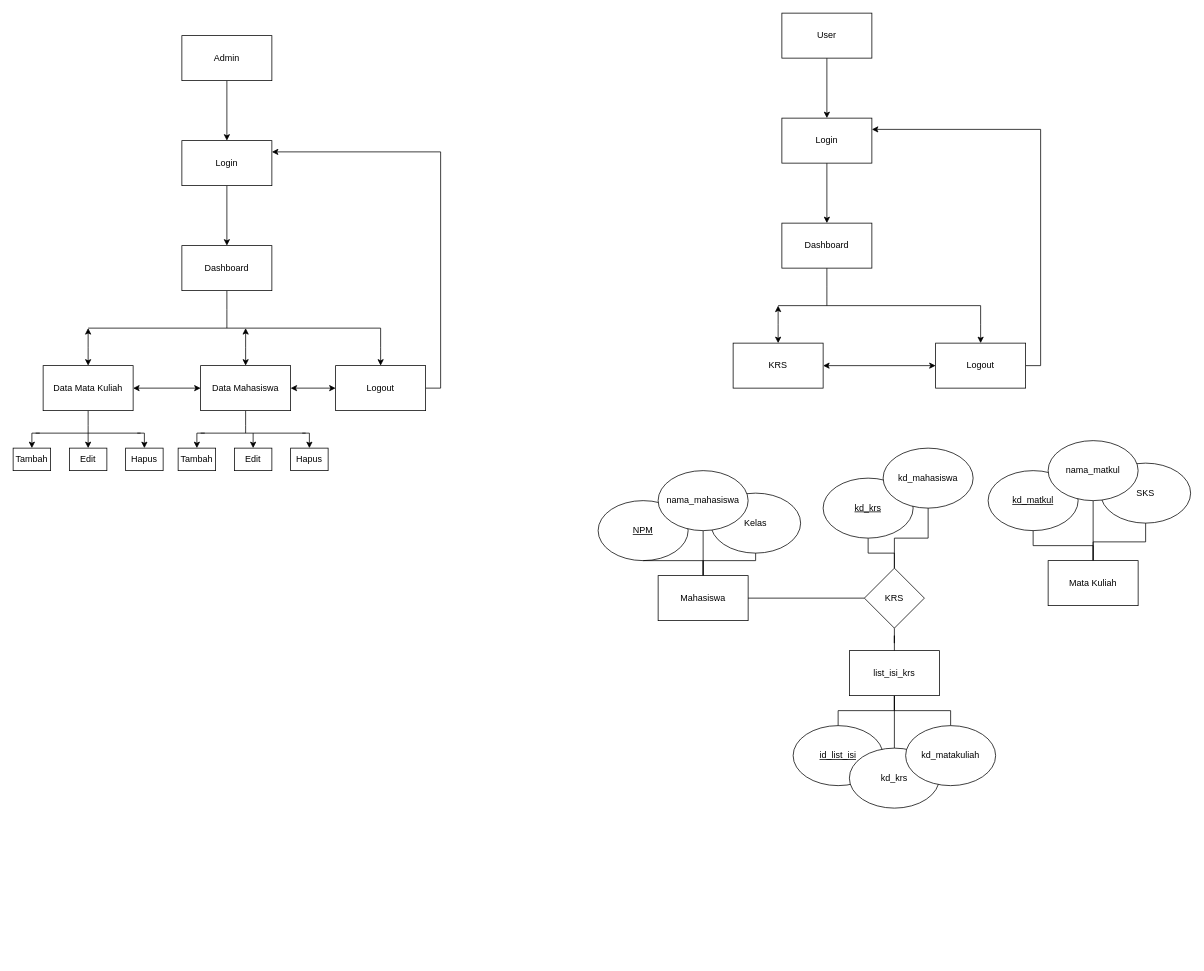
riconusap/riconusap.github.io keeps this draw.io diagram as SN_User Dan Admin New.drawio. Above is the earlier version. Source tidied: cells renumbered, new cells numbered last; positions are measured from the earlier drawing's top-left corner, leaving out a move shared by most shapes. Both pictures are drawn from the tidied source at 75%, with x=0, y=0 at pixel (13, 13).
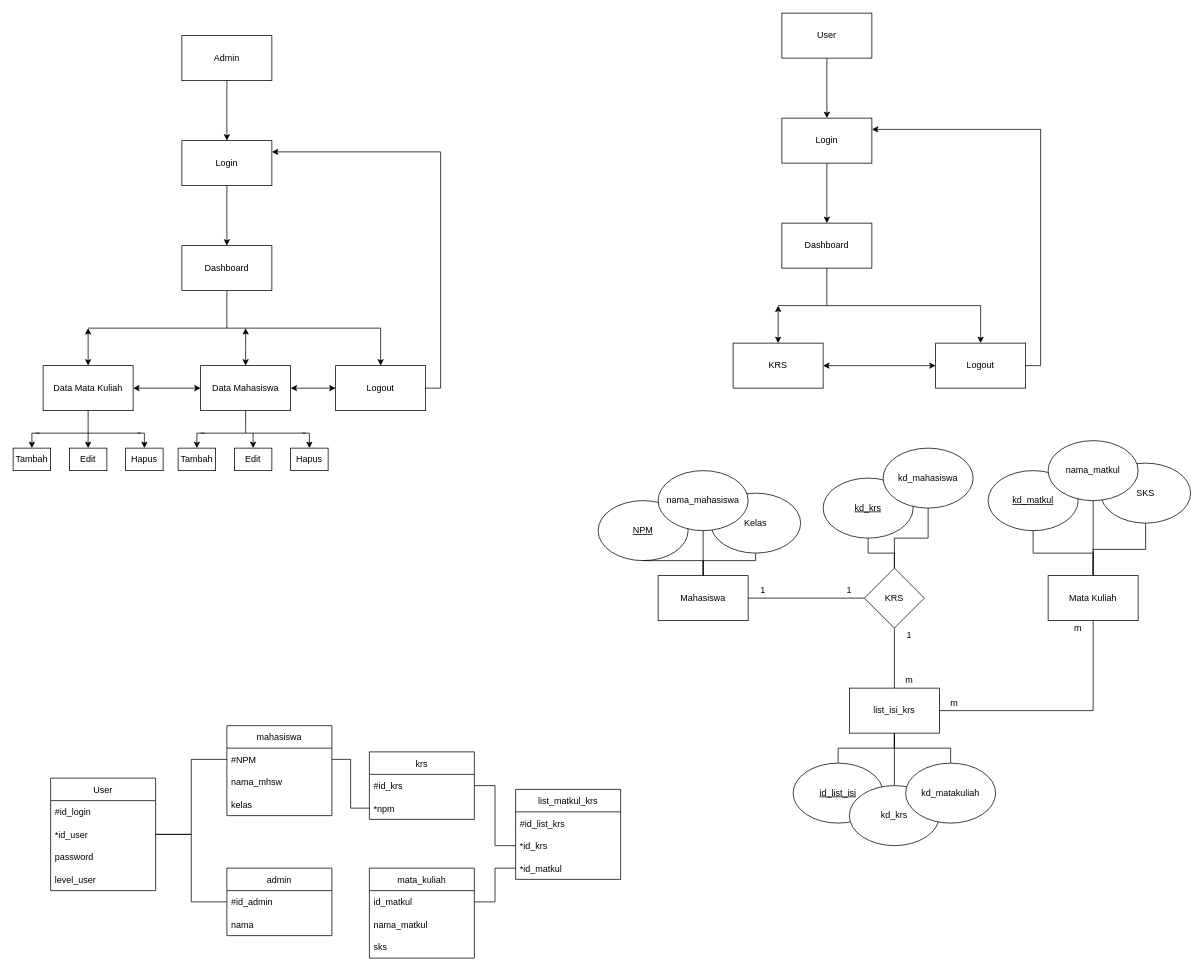
Above is the later version.

Change to the diagram source:
```diff
@@
     <mxCell id="63" value="Mata Kuliah" style="rounded=0;whiteSpace=wrap;html=1;" parent="1" vertex="1">
-      <mxGeometry x="1380" y="730" width="120" height="60" as="geometry" />
+      <mxGeometry x="1380" y="750" width="120" height="60" as="geometry" />
     </mxCell>
@@
     <mxCell id="65" value="&lt;u&gt;id_list_isi&lt;/u&gt;" style="ellipse;whiteSpace=wrap;html=1;" parent="1" vertex="1">
-      <mxGeometry x="1040" y="950" width="120" height="80" as="geometry" />
+      <mxGeometry x="1040" y="1000" width="120" height="80" as="geometry" />
     </mxCell>
@@
+    <mxCell id="75" style="edgeStyle=orthogonalEdgeStyle;rounded=0;jettySize=auto;html=1;endArrow=none;endFill=0;" parent="1" edge="1" source="69" target="63">
+      <mxGeometry relative="1" as="geometry" />
+    </mxCell>
     <mxCell id="69" value="list_isi_krs" style="rounded=0;whiteSpace=wrap;html=1;" parent="1" vertex="1">
-      <mxGeometry x="1115" y="850" width="120" height="60" as="geometry" />
+      <mxGeometry x="1115" y="900" width="120" height="60" as="geometry" />
     </mxCell>
     <mxCell id="70" value="kd_krs" style="ellipse;whiteSpace=wrap;html=1;" parent="1" vertex="1">
-      <mxGeometry x="1115" y="980" width="120" height="80" as="geometry" />
+      <mxGeometry x="1115" y="1030" width="120" height="80" as="geometry" />
     </mxCell>
     <mxCell id="71" value="kd_matakuliah" style="ellipse;whiteSpace=wrap;html=1;" parent="1" vertex="1">
-      <mxGeometry x="1190" y="950" width="120" height="80" as="geometry" />
+      <mxGeometry x="1190" y="1000" width="120" height="80" as="geometry" />
     </mxCell>
@@
+    <mxCell id="76" value="1" style="text;html=1;strokeColor=none;fillColor=none;align=center;verticalAlign=middle;whiteSpace=wrap;rounded=0;" parent="1" vertex="1">
+      <mxGeometry x="980" y="760" width="40" height="20" as="geometry" />
+    </mxCell>
+    <mxCell id="77" value="1" style="text;html=1;strokeColor=none;fillColor=none;align=center;verticalAlign=middle;whiteSpace=wrap;rounded=0;" parent="1" vertex="1">
+      <mxGeometry x="1095" y="760" width="40" height="20" as="geometry" />
+    </mxCell>
+    <mxCell id="78" value="m" style="text;html=1;strokeColor=none;fillColor=none;align=center;verticalAlign=middle;whiteSpace=wrap;rounded=0;" parent="1" vertex="1">
+      <mxGeometry x="1235" y="910" width="40" height="20" as="geometry" />
+    </mxCell>
+    <mxCell id="79" value="m" style="text;html=1;strokeColor=none;fillColor=none;align=center;verticalAlign=middle;whiteSpace=wrap;rounded=0;" parent="1" vertex="1">
+      <mxGeometry x="1175" y="880" width="40" height="20" as="geometry" />
+    </mxCell>
+    <mxCell id="80" value="1" style="text;html=1;strokeColor=none;fillColor=none;align=center;verticalAlign=middle;whiteSpace=wrap;rounded=0;" parent="1" vertex="1">
+      <mxGeometry x="1175" y="820" width="40" height="20" as="geometry" />
+    </mxCell>
+    <mxCell id="81" value="m" style="text;html=1;strokeColor=none;fillColor=none;align=center;verticalAlign=middle;whiteSpace=wrap;rounded=0;" parent="1" vertex="1">
+      <mxGeometry x="1400" y="810" width="40" height="20" as="geometry" />
+    </mxCell>
+    <mxCell id="82" value="User" style="swimlane;fontStyle=0;horizontal=1;startSize=30;" parent="1" vertex="1">
+      <mxGeometry x="50" y="1020" width="140" height="150" as="geometry" />
+    </mxCell>
+    <mxCell id="83" value="#id_login" style="text;strokeColor=none;fillColor=none;align=left;verticalAlign=middle;spacingLeft=4;spacingRight=4;overflow=hidden;" parent="82" vertex="1">
+      <mxGeometry y="30" width="140" height="30" as="geometry" />
+    </mxCell>
+    <mxCell id="84" value="*id_user" style="text;strokeColor=none;fillColor=none;align=left;verticalAlign=middle;spacingLeft=4;spacingRight=4;overflow=hidden;points=[[0,0.5],[1,0.5]];portConstraint=eastwest;" parent="82" vertex="1">
+      <mxGeometry y="60" width="140" height="30" as="geometry" />
+    </mxCell>
+    <mxCell id="85" value="password" style="text;strokeColor=none;fillColor=none;align=left;verticalAlign=middle;spacingLeft=4;spacingRight=4;overflow=hidden;" parent="82" vertex="1">
+      <mxGeometry y="90" width="140" height="30" as="geometry" />
+    </mxCell>
+    <mxCell id="86" value="level_user" style="text;strokeColor=none;fillColor=none;align=left;verticalAlign=middle;spacingLeft=4;spacingRight=4;overflow=hidden;" parent="82" vertex="1">
+      <mxGeometry y="120" width="140" height="30" as="geometry" />
+    </mxCell>
+    <mxCell id="87" value="mahasiswa" style="swimlane;fontStyle=0;horizontal=1;startSize=30;" parent="1" vertex="1">
+      <mxGeometry x="285" y="950" width="140" height="120" as="geometry" />
+    </mxCell>
+    <mxCell id="88" value="#NPM" style="text;strokeColor=none;fillColor=none;align=left;verticalAlign=middle;spacingLeft=4;spacingRight=4;overflow=hidden;points=[[0,0.5],[1,0.5]];portConstraint=eastwest;" parent="87" vertex="1">
+      <mxGeometry y="30" width="140" height="30" as="geometry" />
+    </mxCell>
+    <mxCell id="89" value="nama_mhsw" style="text;strokeColor=none;fillColor=none;align=left;verticalAlign=middle;spacingLeft=4;spacingRight=4;overflow=hidden;" parent="87" vertex="1">
+      <mxGeometry y="60" width="140" height="30" as="geometry" />
+    </mxCell>
+    <mxCell id="90" value="kelas" style="text;strokeColor=none;fillColor=none;align=left;verticalAlign=middle;spacingLeft=4;spacingRight=4;overflow=hidden;" parent="87" vertex="1">
+      <mxGeometry y="90" width="140" height="30" as="geometry" />
+    </mxCell>
+    <mxCell id="91" style="edgeStyle=orthogonalEdgeStyle;rounded=0;jettySize=auto;html=1;entryX=0;entryY=0.5;entryDx=0;entryDy=0;endArrow=none;endFill=0;" parent="1" edge="1" source="84" target="88">
+      <mxGeometry relative="1" as="geometry" />
+    </mxCell>
+    <mxCell id="92" value="admin" style="swimlane;fontStyle=0;horizontal=1;startSize=30;" parent="1" vertex="1">
+      <mxGeometry x="285" y="1140" width="140" height="90" as="geometry" />
+    </mxCell>
+    <mxCell id="93" value="#id_admin" style="text;strokeColor=none;fillColor=none;align=left;verticalAlign=middle;spacingLeft=4;spacingRight=4;overflow=hidden;points=[[0,0.5],[1,0.5]];portConstraint=eastwest;" parent="92" vertex="1">
+      <mxGeometry y="30" width="140" height="30" as="geometry" />
+    </mxCell>
+    <mxCell id="94" value="nama" style="text;strokeColor=none;fillColor=none;align=left;verticalAlign=middle;spacingLeft=4;spacingRight=4;overflow=hidden;" parent="92" vertex="1">
+      <mxGeometry y="60" width="140" height="30" as="geometry" />
+    </mxCell>
+    <mxCell id="95" style="edgeStyle=orthogonalEdgeStyle;rounded=0;jettySize=auto;html=1;entryX=0;entryY=0.5;entryDx=0;entryDy=0;endArrow=none;endFill=0;" parent="1" edge="1" source="84" target="93">
+      <mxGeometry relative="1" as="geometry" />
+    </mxCell>
+    <mxCell id="96" value="mata_kuliah" style="swimlane;fontStyle=0;horizontal=1;startSize=30;" parent="1" vertex="1">
+      <mxGeometry x="475" y="1140" width="140" height="120" as="geometry" />
+    </mxCell>
+    <mxCell id="97" value="id_matkul" style="text;strokeColor=none;fillColor=none;align=left;verticalAlign=middle;spacingLeft=4;spacingRight=4;overflow=hidden;points=[[0,0.5],[1,0.5]];portConstraint=eastwest;" parent="96" vertex="1">
+      <mxGeometry y="30" width="140" height="30" as="geometry" />
+    </mxCell>
+    <mxCell id="98" value="nama_matkul" style="text;strokeColor=none;fillColor=none;align=left;verticalAlign=middle;spacingLeft=4;spacingRight=4;overflow=hidden;" parent="96" vertex="1">
+      <mxGeometry y="60" width="140" height="30" as="geometry" />
+    </mxCell>
+    <mxCell id="99" value="sks" style="text;strokeColor=none;fillColor=none;align=left;verticalAlign=middle;spacingLeft=4;spacingRight=4;overflow=hidden;" parent="96" vertex="1">
+      <mxGeometry y="90" width="140" height="30" as="geometry" />
+    </mxCell>
+    <mxCell id="100" value="krs" style="swimlane;fontStyle=0;horizontal=1;startSize=30;" parent="1" vertex="1">
+      <mxGeometry x="475" y="985" width="140" height="90" as="geometry" />
+    </mxCell>
+    <mxCell id="101" value="#id_krs" style="text;strokeColor=none;fillColor=none;align=left;verticalAlign=middle;spacingLeft=4;spacingRight=4;overflow=hidden;points=[[0,0.5],[1,0.5]];portConstraint=eastwest;" parent="100" vertex="1">
+      <mxGeometry y="30" width="140" height="30" as="geometry" />
+    </mxCell>
+    <mxCell id="102" value="*npm" style="text;strokeColor=none;fillColor=none;align=left;verticalAlign=middle;spacingLeft=4;spacingRight=4;overflow=hidden;points=[[0,0.5],[1,0.5]];portConstraint=eastwest;" parent="100" vertex="1">
+      <mxGeometry y="60" width="140" height="30" as="geometry" />
+    </mxCell>
+    <mxCell id="103" style="edgeStyle=orthogonalEdgeStyle;rounded=0;jettySize=auto;html=1;entryX=0;entryY=0.5;entryDx=0;entryDy=0;endArrow=none;endFill=0;" parent="1" edge="1" source="88" target="102">
+      <mxGeometry relative="1" as="geometry" />
+    </mxCell>
+    <mxCell id="104" value="list_matkul_krs" style="swimlane;fontStyle=0;horizontal=1;startSize=30;" parent="1" vertex="1">
+      <mxGeometry x="670" y="1035" width="140" height="120" as="geometry" />
+    </mxCell>
+    <mxCell id="105" value="#id_list_krs" style="text;strokeColor=none;fillColor=none;align=left;verticalAlign=middle;spacingLeft=4;spacingRight=4;overflow=hidden;" parent="104" vertex="1">
+      <mxGeometry y="30" width="140" height="30" as="geometry" />
+    </mxCell>
+    <mxCell id="106" value="*id_krs" style="text;strokeColor=none;fillColor=none;align=left;verticalAlign=middle;spacingLeft=4;spacingRight=4;overflow=hidden;points=[[0,0.5],[1,0.5]];portConstraint=eastwest;" parent="104" vertex="1">
+      <mxGeometry y="60" width="140" height="30" as="geometry" />
+    </mxCell>
+    <mxCell id="107" value="*id_matkul" style="text;strokeColor=none;fillColor=none;align=left;verticalAlign=middle;spacingLeft=4;spacingRight=4;overflow=hidden;points=[[0,0.5],[1,0.5]];portConstraint=eastwest;" parent="104" vertex="1">
+      <mxGeometry y="90" width="140" height="30" as="geometry" />
+    </mxCell>
+    <mxCell id="108" style="edgeStyle=orthogonalEdgeStyle;rounded=0;jettySize=auto;html=1;entryX=0;entryY=0.5;entryDx=0;entryDy=0;endArrow=none;endFill=0;" parent="1" edge="1" source="101" target="106">
+      <mxGeometry relative="1" as="geometry" />
+    </mxCell>
+    <mxCell id="109" style="edgeStyle=orthogonalEdgeStyle;rounded=0;jettySize=auto;html=1;endArrow=none;endFill=0;" parent="1" edge="1" source="107" target="97">
+      <mxGeometry relative="1" as="geometry" />
+    </mxCell>
```
